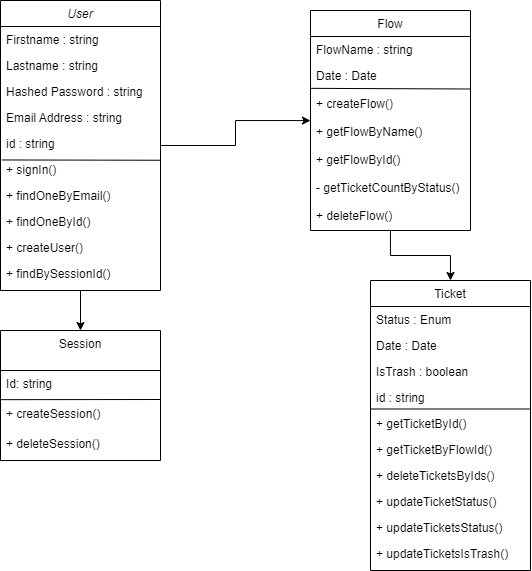
This is MDC.drawio.png from ClementPremartin/diagramme-flux, a draw.io export, as it was before one commit. Source tidied: cells renumbered, new cells last; positions are measured from the earlier drawing's top-left corner, leaving out a move shared by most shapes.
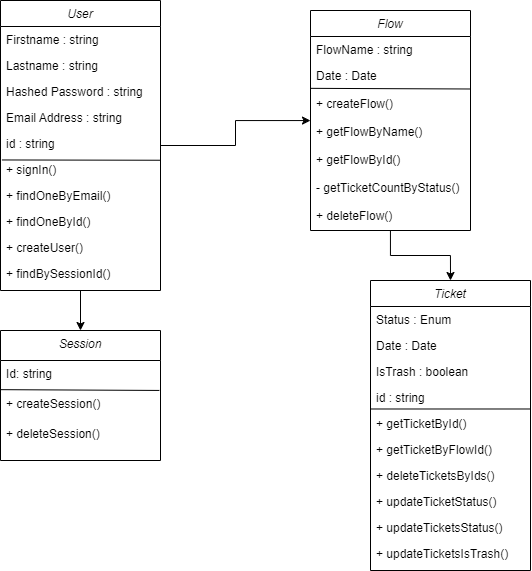
After the commit.

Commit message:
Mettre à jour MDC.drawio.png

Diff of the diagram source:
```diff
@@ -44,7 +44,7 @@
     <mxCell id="15" value="+ findBySessionId()" style="text;align=left;verticalAlign=top;spacingLeft=4;spacingRight=4;overflow=hidden;rounded=0;shadow=0;html=0;" parent="4" vertex="1">
       <mxGeometry y="260" width="160" height="26" as="geometry" />
     </mxCell>
-    <mxCell id="16" value="Ticket" style="swimlane;fontStyle=0;align=center;verticalAlign=top;horizontal=1;startSize=26;rounded=0;shadow=0;strokeWidth=1;" parent="1" vertex="1">
+    <mxCell id="16" value="Ticket" style="swimlane;fontStyle=2;align=center;verticalAlign=top;horizontal=1;startSize=26;rounded=0;shadow=0;strokeWidth=1;" parent="1" vertex="1">
       <mxGeometry x="370" y="280" width="160" height="290" as="geometry" />
     </mxCell>
     <mxCell id="17" value="Status : Enum" style="text;align=left;verticalAlign=top;spacingLeft=4;spacingRight=4;overflow=hidden;" parent="16" vertex="1">
@@ -80,27 +80,25 @@
     <mxCell id="27" style="endArrow=none;html=1;rounded=0;entryX=0.998;entryY=-0.058;entryDx=0;entryDy=0;entryPerimeter=0;exitX=-0.002;exitY=-0.058;exitDx=0;exitDy=0;exitPerimeter=0;" parent="16" edge="1" source="21" target="21">
       <mxGeometry relative="1" as="geometry" />
     </mxCell>
-    <mxCell id="28" value="Session" style="swimlane;fontStyle=0;align=center;verticalAlign=top;horizontal=1;startSize=40;rounded=0;shadow=0;strokeWidth=1;" parent="1" vertex="1">
+    <mxCell id="28" value="Session" style="swimlane;fontStyle=2;align=center;verticalAlign=top;horizontal=1;startSize=30;rounded=0;shadow=0;strokeWidth=1;" parent="1" vertex="1">
       <mxGeometry y="330" width="160" height="130" as="geometry" />
     </mxCell>
     <mxCell id="29" value="Id: string" style="text;align=left;verticalAlign=top;spacingLeft=4;spacingRight=4;overflow=hidden;points=[[0,0.5],[1,0.5]];portConstraint=eastwest;" parent="28" vertex="1">
-      <mxGeometry y="40" width="160" height="30" as="geometry" />
+      <mxGeometry y="30" width="160" height="30" as="geometry" />
     </mxCell>
     <mxCell id="30" value="+ createSession()" style="text;align=left;verticalAlign=top;spacingLeft=4;spacingRight=4;overflow=hidden;points=[[0,0.5],[1,0.5]];portConstraint=eastwest;" parent="28" vertex="1">
-      <mxGeometry y="70" width="160" height="30" as="geometry" />
+      <mxGeometry y="60" width="160" height="30" as="geometry" />
     </mxCell>
     <mxCell id="31" value="+ deleteSession()" style="text;align=left;verticalAlign=top;spacingLeft=4;spacingRight=4;overflow=hidden;" parent="28" vertex="1">
-      <mxGeometry y="100" width="160" height="30" as="geometry" />
+      <mxGeometry y="90" width="160" height="30" as="geometry" />
     </mxCell>
-    <mxCell id="32" style="endArrow=none;html=1;rounded=0;exitX=0.002;exitY=-0.028;exitDx=0;exitDy=0;exitPerimeter=0;" parent="28" edge="1" source="30">
-      <mxGeometry relative="1" as="geometry">
-        <mxPoint x="160" y="69" as="targetPoint" />
-      </mxGeometry>
+    <mxCell id="32" style="endArrow=none;html=1;rounded=0;exitX=0.002;exitY=-0.028;exitDx=0;exitDy=0;exitPerimeter=0;entryX=0.993;entryY=0.998;entryDx=0;entryDy=0;entryPerimeter=0;" parent="28" edge="1" source="30" target="29">
+      <mxGeometry relative="1" as="geometry" />
     </mxCell>
     <mxCell id="33" style="edgeStyle=orthogonalEdgeStyle;rounded=0;jettySize=auto;html=1;entryX=0.5;entryY=0;entryDx=0;entryDy=0;" parent="1" edge="1" source="34" target="16">
       <mxGeometry relative="1" as="geometry" />
     </mxCell>
-    <mxCell id="34" value="Flow" style="swimlane;fontStyle=0;align=center;verticalAlign=top;horizontal=1;startSize=26;rounded=0;shadow=0;strokeWidth=1;" parent="1" vertex="1">
+    <mxCell id="34" value="Flow" style="swimlane;fontStyle=2;align=center;verticalAlign=top;horizontal=1;startSize=26;rounded=0;shadow=0;strokeWidth=1;" parent="1" vertex="1">
       <mxGeometry x="310" y="10" width="160" height="220" as="geometry" />
     </mxCell>
     <mxCell id="35" value="FlowName : string" style="text;align=left;verticalAlign=top;spacingLeft=4;spacingRight=4;overflow=hidden;" parent="34" vertex="1">
```
